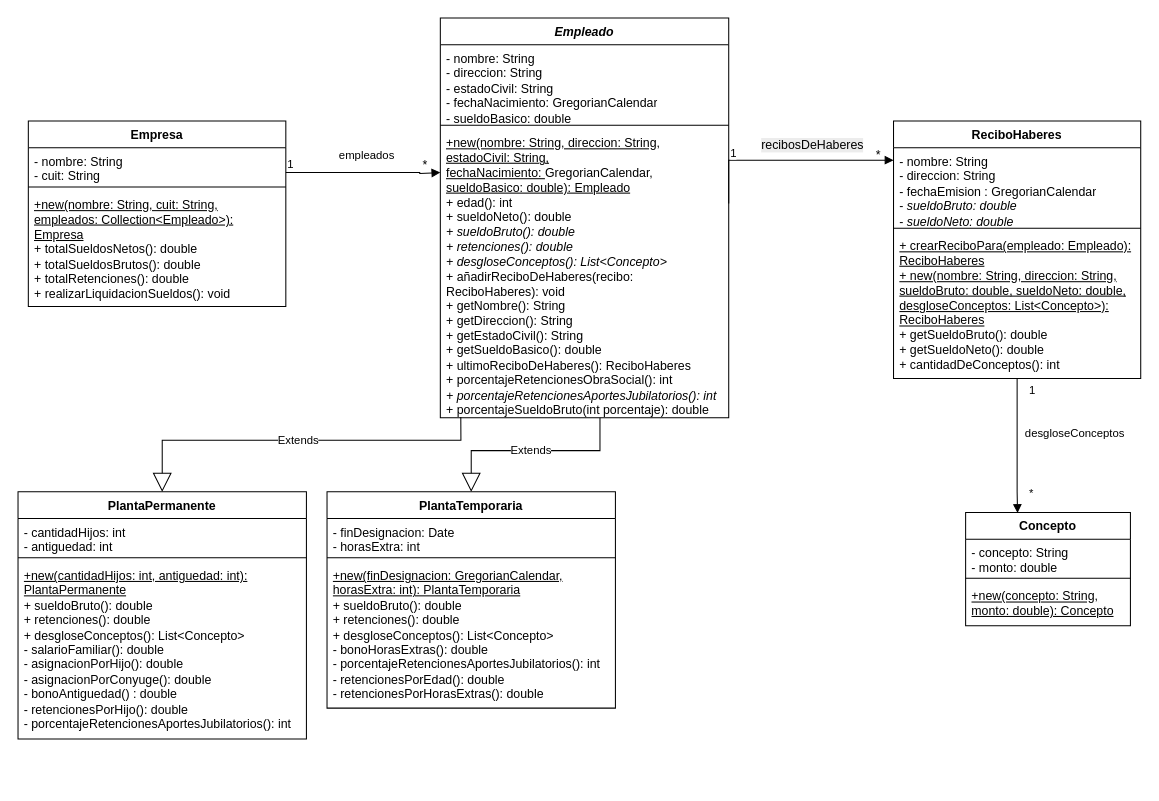
This is tp2/diagrama1.drawio from franngo/programacionConObjetos2, a draw.io file, before an edit. Source tidied: cells renumbered, new cells numbered last; positions are measured from the earlier drawing's top-left corner, leaving out a move shared by most shapes. Both pictures are drawn from the tidied source at 103%, with x=0, y=0 at pixel (18, 18).
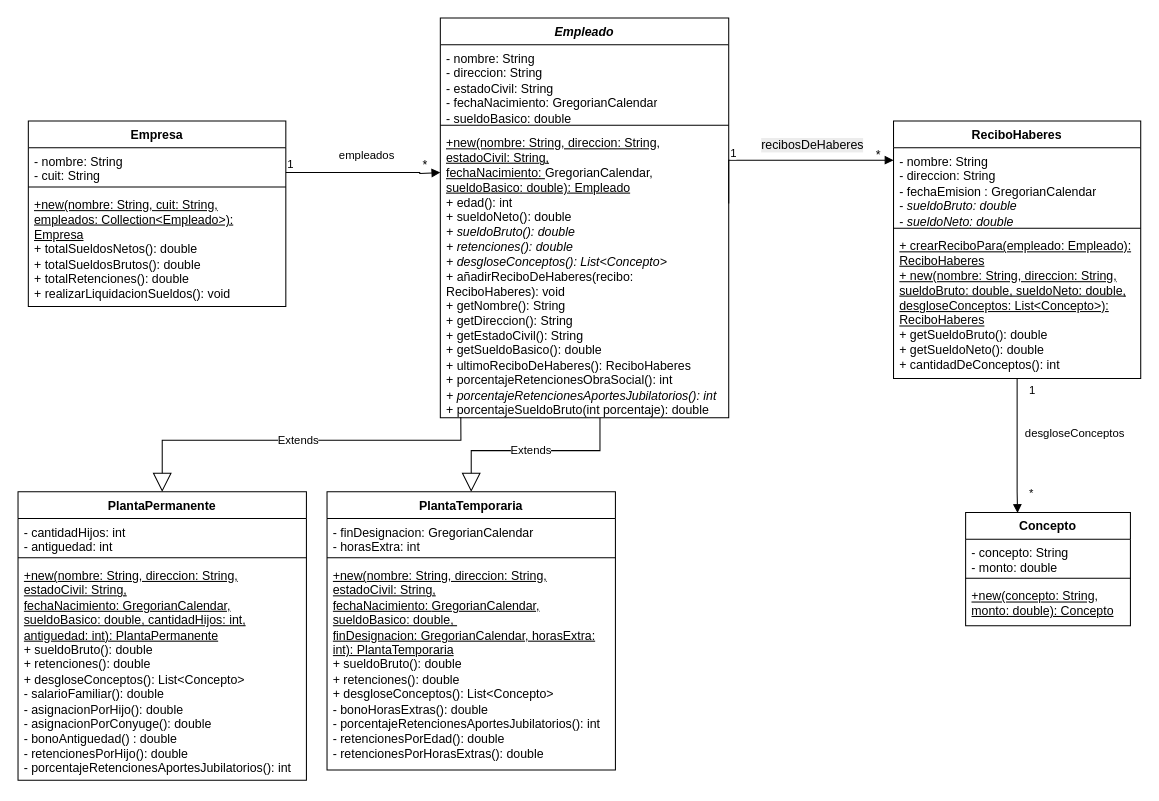
Above is the later version.

The edit, as a diff of the source:
```diff
@@
     <mxCell id="13" value="PlantaPermanente" style="swimlane;fontStyle=1;align=center;verticalAlign=top;horizontal=1;startSize=26;whiteSpace=wrap;html=1;" parent="1" vertex="1">
-      <mxGeometry y="460" width="280" height="240" as="geometry" />
+      <mxGeometry y="460" width="280" height="280" as="geometry" />
     </mxCell>
@@
-    <mxCell id="16" value="&lt;u&gt;+new(cantidadHijos: int, antiguedad: int): PlantaPermanente&lt;/u&gt;&lt;br&gt;+ sueldoBruto(): double&lt;br&gt;+ retenciones()&lt;span style=&quot;color: light-dark(rgb(0, 0, 0), rgb(255, 255, 255)); background-color: transparent;&quot;&gt;: double&lt;br&gt;&lt;/span&gt;+ desgloseConceptos(): List&amp;lt;Concepto&amp;gt;&lt;span style=&quot;color: light-dark(rgb(0, 0, 0), rgb(255, 255, 255)); background-color: transparent;&quot;&gt;&lt;br&gt;- salarioFamiliar(): double&lt;br&gt;- asignacionPorHijo(): double&lt;/span&gt;&lt;div&gt;&lt;span style=&quot;color: light-dark(rgb(0, 0, 0), rgb(255, 255, 255)); background-color: transparent;&quot;&gt;- asignacionPorConyuge(): double&lt;/span&gt;&lt;/div&gt;&lt;div&gt;&lt;span style=&quot;color: light-dark(rgb(0, 0, 0), rgb(255, 255, 255)); background-color: transparent;&quot;&gt;- bonoAntiguedad() : double&lt;br&gt;- retencionesPorHijo(): double&lt;br&gt;&lt;/span&gt;- porcentajeRetencionesAportesJubilatorios(): int&lt;span style=&quot;color: light-dark(rgb(0, 0, 0), rgb(255, 255, 255)); background-color: transparent;&quot;&gt;&lt;/span&gt;&lt;/div&gt;" style="text;strokeColor=none;fillColor=none;align=left;verticalAlign=top;spacingLeft=4;spacingRight=4;overflow=hidden;whiteSpace=wrap;html=1;" parent="13" vertex="1">
-      <mxGeometry y="68" width="280" height="172" as="geometry" />
+    <mxCell id="16" value="&lt;u&gt;+new(&lt;/u&gt;&lt;u&gt;nombre: String, direccion: String, estadoCivil: String, fechaNacimiento:&amp;nbsp;GregorianCalendar, sueldoBasico: double,&amp;nbsp;&lt;/u&gt;&lt;u&gt;cantidadHijos: int, antiguedad: int): PlantaPermanente&lt;/u&gt;&lt;br&gt;+ sueldoBruto(): double&lt;br&gt;+ retenciones()&lt;span style=&quot;color: light-dark(rgb(0, 0, 0), rgb(255, 255, 255)); background-color: transparent;&quot;&gt;: double&lt;br&gt;&lt;/span&gt;+ desgloseConceptos(): List&amp;lt;Concepto&amp;gt;&lt;span style=&quot;color: light-dark(rgb(0, 0, 0), rgb(255, 255, 255)); background-color: transparent;&quot;&gt;&lt;br&gt;- salarioFamiliar(): double&lt;br&gt;- asignacionPorHijo(): double&lt;/span&gt;&lt;div&gt;&lt;span style=&quot;color: light-dark(rgb(0, 0, 0), rgb(255, 255, 255)); background-color: transparent;&quot;&gt;- asignacionPorConyuge(): double&lt;/span&gt;&lt;/div&gt;&lt;div&gt;&lt;span style=&quot;color: light-dark(rgb(0, 0, 0), rgb(255, 255, 255)); background-color: transparent;&quot;&gt;- bonoAntiguedad() : double&lt;br&gt;- retencionesPorHijo(): double&lt;br&gt;&lt;/span&gt;- porcentajeRetencionesAportesJubilatorios(): int&lt;span style=&quot;color: light-dark(rgb(0, 0, 0), rgb(255, 255, 255)); background-color: transparent;&quot;&gt;&lt;/span&gt;&lt;/div&gt;" style="text;strokeColor=none;fillColor=none;align=left;verticalAlign=top;spacingLeft=4;spacingRight=4;overflow=hidden;whiteSpace=wrap;html=1;" parent="13" vertex="1">
+      <mxGeometry y="68" width="280" height="212" as="geometry" />
     </mxCell>
@@
     <mxCell id="19" value="PlantaTemporaria" style="swimlane;fontStyle=1;align=center;verticalAlign=top;horizontal=1;startSize=26;whiteSpace=wrap;html=1;" parent="1" vertex="1">
-      <mxGeometry x="300" y="460" width="280" height="210" as="geometry" />
+      <mxGeometry x="300" y="460" width="280" height="270" as="geometry" />
     </mxCell>
-    <mxCell id="20" value="- finDesignacion: Date&lt;div&gt;- horasExtra: int&lt;br&gt;&lt;br&gt;&lt;/div&gt;" style="text;strokeColor=none;fillColor=none;align=left;verticalAlign=top;spacingLeft=4;spacingRight=4;overflow=hidden;whiteSpace=wrap;html=1;" parent="19" vertex="1">
+    <mxCell id="20" value="- finDesignacion:&amp;nbsp;&lt;span style=&quot;color: light-dark(rgb(0, 0, 0), rgb(255, 255, 255)); background-color: transparent;&quot;&gt;GregorianCalendar&lt;/span&gt;&lt;div&gt;- horasExtra: int&lt;br&gt;&lt;br&gt;&lt;/div&gt;" style="text;strokeColor=none;fillColor=none;align=left;verticalAlign=top;spacingLeft=4;spacingRight=4;overflow=hidden;whiteSpace=wrap;html=1;" parent="19" vertex="1">
       <mxGeometry y="26" width="280" height="34" as="geometry" />
     </mxCell>
@@
-    <mxCell id="22" value="&lt;div&gt;&lt;u&gt;+new(finDesignacion:&amp;nbsp;GregorianCalendar, horasExtra: int): PlantaTemporaria&lt;/u&gt;&lt;br&gt;&lt;/div&gt;+ sueldoBruto(): double&lt;br&gt;+ retenciones()&lt;span style=&quot;color: light-dark(rgb(0, 0, 0), rgb(255, 255, 255)); background-color: transparent;&quot;&gt;: double&lt;br&gt;&lt;/span&gt;+ desgloseConceptos(): List&amp;lt;Concepto&amp;gt;&lt;span style=&quot;color: light-dark(rgb(0, 0, 0), rgb(255, 255, 255)); background-color: transparent;&quot;&gt;&lt;br&gt;- bonoHorasExtras(): double&lt;br&gt;&lt;/span&gt;- porcentajeRetencionesAportesJubilatorios(): int&lt;span style=&quot;color: light-dark(rgb(0, 0, 0), rgb(255, 255, 255)); background-color: transparent;&quot;&gt;&amp;nbsp;&lt;br&gt;- retencionesPorEdad(): double&lt;br&gt;&lt;/span&gt;- retencionesPorHorasExtras(): double&lt;span style=&quot;color: light-dark(rgb(0, 0, 0), rgb(255, 255, 255)); background-color: transparent;&quot;&gt;&lt;/span&gt;" style="text;strokeColor=none;fillColor=none;align=left;verticalAlign=top;spacingLeft=4;spacingRight=4;overflow=hidden;whiteSpace=wrap;html=1;" parent="19" vertex="1">
-      <mxGeometry y="68" width="280" height="142" as="geometry" />
+    <mxCell id="22" value="&lt;div&gt;&lt;u&gt;+new(&lt;/u&gt;&lt;u style=&quot;background-color: transparent; color: light-dark(rgb(0, 0, 0), rgb(255, 255, 255));&quot;&gt;nombre: String, direccion: String, estadoCivil: String, fechaNacimiento:&amp;nbsp;&lt;/u&gt;&lt;span style=&quot;background-color: transparent; color: light-dark(rgb(0, 0, 0), rgb(255, 255, 255));&quot;&gt;&lt;u&gt;GregorianCalendar&lt;/u&gt;&lt;/span&gt;&lt;u style=&quot;background-color: transparent; color: light-dark(rgb(0, 0, 0), rgb(255, 255, 255));&quot;&gt;, sueldoBasico: double,&amp;nbsp;&lt;/u&gt;&lt;/div&gt;&lt;div&gt;&lt;u style=&quot;background-color: transparent; color: light-dark(rgb(0, 0, 0), rgb(255, 255, 255));&quot;&gt;finDesignacion:&amp;nbsp;GregorianCalendar, horasExtra: int): PlantaTemporaria&lt;/u&gt;&lt;/div&gt;+ sueldoBruto(): double&lt;br&gt;+ retenciones()&lt;span style=&quot;color: light-dark(rgb(0, 0, 0), rgb(255, 255, 255)); background-color: transparent;&quot;&gt;: double&lt;br&gt;&lt;/span&gt;+ desgloseConceptos(): List&amp;lt;Concepto&amp;gt;&lt;span style=&quot;color: light-dark(rgb(0, 0, 0), rgb(255, 255, 255)); background-color: transparent;&quot;&gt;&lt;br&gt;- bonoHorasExtras(): double&lt;br&gt;&lt;/span&gt;- porcentajeRetencionesAportesJubilatorios(): int&lt;span style=&quot;color: light-dark(rgb(0, 0, 0), rgb(255, 255, 255)); background-color: transparent;&quot;&gt;&amp;nbsp;&lt;br&gt;- retencionesPorEdad(): double&lt;br&gt;&lt;/span&gt;- retencionesPorHorasExtras(): double&lt;span style=&quot;color: light-dark(rgb(0, 0, 0), rgb(255, 255, 255)); background-color: transparent;&quot;&gt;&lt;/span&gt;" style="text;strokeColor=none;fillColor=none;align=left;verticalAlign=top;spacingLeft=4;spacingRight=4;overflow=hidden;whiteSpace=wrap;html=1;" parent="19" vertex="1">
+      <mxGeometry y="68" width="280" height="202" as="geometry" />
     </mxCell>
```
